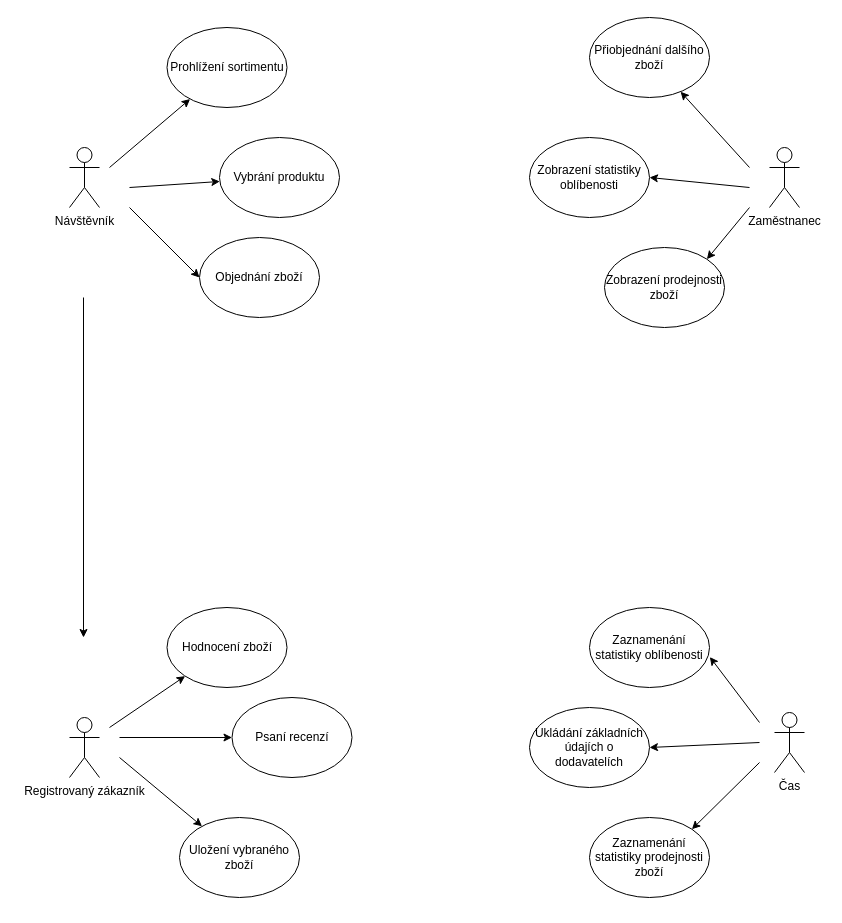
The draw.io diagram usecase.drawio in taiyo-harenohi/IUS, before the edit. Source tidied: cells renumbered, new cells numbered last; positions are measured from the earlier drawing's top-left corner, leaving out a move shared by most shapes. Both pictures are drawn from the tidied source at 100%, with x=0, y=0 at pixel (69, 17).
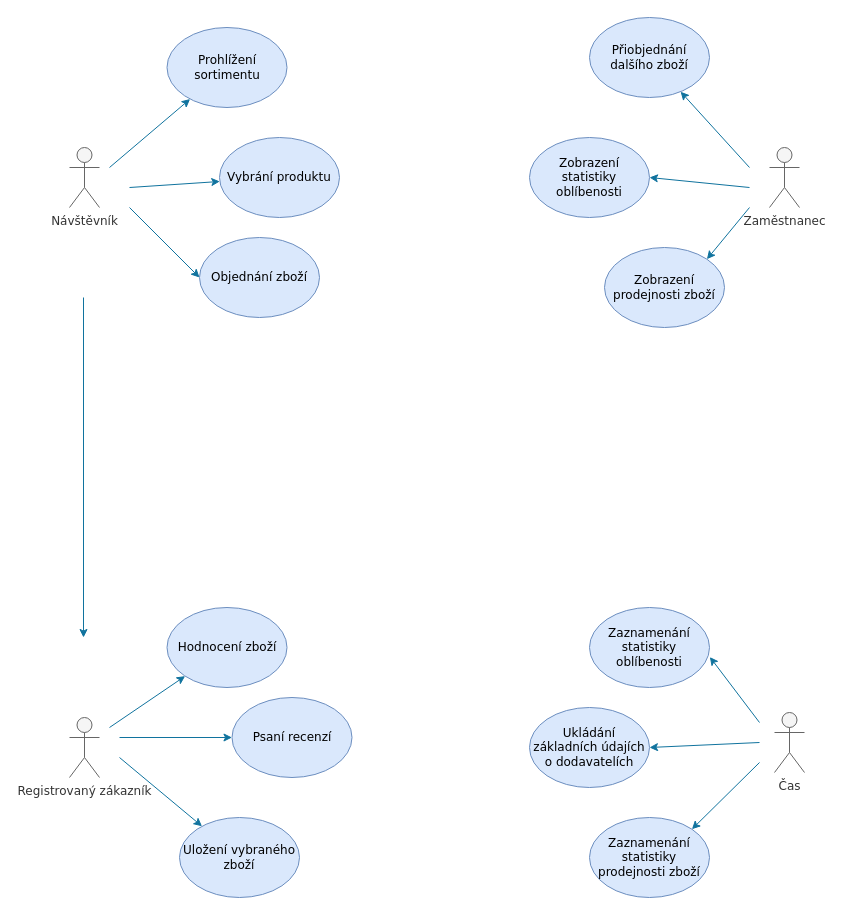
Above is the later version.

The edit, as a diff of the source:
```diff
@@
-    <mxCell id="2" value="Návštěvník" style="shape=umlActor;verticalLabelPosition=bottom;verticalAlign=top;html=1;" parent="1" vertex="1">
+    <mxCell id="2" value="Návštěvník" style="shape=umlActor;verticalLabelPosition=bottom;verticalAlign=top;html=1;fillColor=#f5f5f5;strokeColor=#666666;fontFamily=Verdana;fontStyle=0;fontColor=#333333;" parent="1" vertex="1">
       <mxGeometry y="130" width="30" height="60" as="geometry" />
     </mxCell>
-    <mxCell id="3" value="Registrovaný zákazník" style="shape=umlActor;verticalLabelPosition=bottom;verticalAlign=top;html=1;" parent="1" vertex="1">
+    <mxCell id="3" value="Registrovaný zákazník" style="shape=umlActor;verticalLabelPosition=bottom;verticalAlign=top;html=1;fillColor=#f5f5f5;strokeColor=#666666;fontFamily=Verdana;fontStyle=0;fontColor=#333333;" parent="1" vertex="1">
       <mxGeometry y="700" width="30" height="60" as="geometry" />
     </mxCell>
-    <mxCell id="4" value="Zaměstnanec" style="shape=umlActor;verticalLabelPosition=bottom;verticalAlign=top;html=1;" parent="1" vertex="1">
+    <mxCell id="4" value="Zaměstnanec" style="shape=umlActor;verticalLabelPosition=bottom;verticalAlign=top;html=1;fontFamily=Verdana;fontStyle=0;fillColor=#f5f5f5;strokeColor=#666666;fontColor=#333333;" parent="1" vertex="1">
       <mxGeometry x="700" y="130" width="30" height="60" as="geometry" />
     </mxCell>
-    <mxCell id="5" value="Prohlížení sortimentu" style="ellipse;whiteSpace=wrap;html=1;" parent="1" vertex="1">
+    <mxCell id="5" value="Prohlížení sortimentu" style="ellipse;whiteSpace=wrap;html=1;fillColor=#dae8fc;strokeColor=#6c8ebf;fontStyle=0;fontFamily=Verdana;" parent="1" vertex="1">
       <mxGeometry x="97.5" y="10" width="120" height="80" as="geometry" />
     </mxCell>
-    <mxCell id="6" value="Vybrání produktu" style="ellipse;whiteSpace=wrap;html=1;" parent="1" vertex="1">
+    <mxCell id="6" value="Vybrání produktu" style="ellipse;whiteSpace=wrap;html=1;fillColor=#dae8fc;strokeColor=#6c8ebf;fontStyle=0;fontFamily=Verdana;" parent="1" vertex="1">
       <mxGeometry x="150" y="120" width="120" height="80" as="geometry" />
     </mxCell>
-    <mxCell id="7" value="Uložení vybraného zboží" style="ellipse;whiteSpace=wrap;html=1;" parent="1" vertex="1">
+    <mxCell id="7" value="Uložení vybraného zboží" style="ellipse;whiteSpace=wrap;html=1;fillColor=#dae8fc;strokeColor=#6c8ebf;fontStyle=0;fontFamily=Verdana;" parent="1" vertex="1">
       <mxGeometry x="110" y="800" width="120" height="80" as="geometry" />
     </mxCell>
-    <mxCell id="8" value="Hodnocení zboží" style="ellipse;whiteSpace=wrap;html=1;" parent="1" vertex="1">
+    <mxCell id="8" value="Hodnocení zboží" style="ellipse;whiteSpace=wrap;html=1;fillColor=#dae8fc;strokeColor=#6c8ebf;fontStyle=0;fontFamily=Verdana;" parent="1" vertex="1">
       <mxGeometry x="97.5" y="590" width="120" height="80" as="geometry" />
     </mxCell>
-    <mxCell id="9" value="Psaní recenzí" style="ellipse;whiteSpace=wrap;html=1;" parent="1" vertex="1">
+    <mxCell id="9" value="Psaní recenzí" style="ellipse;whiteSpace=wrap;html=1;fillColor=#dae8fc;strokeColor=#6c8ebf;fontStyle=0;fontFamily=Verdana;" parent="1" vertex="1">
       <mxGeometry x="162.5" y="680" width="120" height="80" as="geometry" />
     </mxCell>
-    <mxCell id="10" value="Objednání zboží" style="ellipse;whiteSpace=wrap;html=1;" parent="1" vertex="1">
+    <mxCell id="10" value="Objednání zboží" style="ellipse;whiteSpace=wrap;html=1;fillColor=#dae8fc;strokeColor=#6c8ebf;fontStyle=0;fontFamily=Verdana;" parent="1" vertex="1">
       <mxGeometry x="130" y="220" width="120" height="80" as="geometry" />
     </mxCell>
-    <mxCell id="11" value="Přiobjednání dalšího zboží" style="ellipse;whiteSpace=wrap;html=1;" parent="1" vertex="1">
+    <mxCell id="11" value="Přiobjednání dalšího zboží" style="ellipse;whiteSpace=wrap;html=1;fillColor=#dae8fc;strokeColor=#6c8ebf;fontStyle=0;fontFamily=Verdana;" parent="1" vertex="1">
       <mxGeometry x="520" width="120" height="80" as="geometry" />
     </mxCell>
-    <mxCell id="12" value="Zobrazení statistiky oblíbenosti" style="ellipse;whiteSpace=wrap;html=1;" parent="1" vertex="1">
+    <mxCell id="12" value="Zobrazení statistiky oblíbenosti" style="ellipse;whiteSpace=wrap;html=1;fillColor=#dae8fc;strokeColor=#6c8ebf;fontStyle=0;fontFamily=Verdana;" parent="1" vertex="1">
       <mxGeometry x="460" y="120" width="120" height="80" as="geometry" />
     </mxCell>
-    <mxCell id="13" value="Zobrazení prodejnosti zboží" style="ellipse;whiteSpace=wrap;html=1;" parent="1" vertex="1">
+    <mxCell id="13" value="Zobrazení prodejnosti zboží" style="ellipse;whiteSpace=wrap;html=1;fillColor=#dae8fc;strokeColor=#6c8ebf;fontStyle=0;fontFamily=Verdana;" parent="1" vertex="1">
       <mxGeometry x="535" y="230" width="120" height="80" as="geometry" />
     </mxCell>
-    <mxCell id="14" style="edgeStyle=orthogonalEdgeStyle;rounded=0;orthogonalLoop=1;jettySize=auto;html=1;exitX=0.5;exitY=1;exitDx=0;exitDy=0;" parent="1" edge="1" source="7" target="7">
+    <mxCell id="14" style="edgeStyle=orthogonalEdgeStyle;rounded=0;orthogonalLoop=1;jettySize=auto;html=1;exitX=0.5;exitY=1;exitDx=0;exitDy=0;fontFamily=Verdana;fontStyle=0;fillColor=#f5f5f5;strokeColor=#666666;" parent="1" edge="1" source="7" target="7">
       <mxGeometry relative="1" as="geometry" />
     </mxCell>
-    <mxCell id="15" style="endArrow=classic;html=1;" parent="1" edge="1">
+    <mxCell id="15" style="endArrow=classic;html=1;fontFamily=Verdana;fontStyle=0;fillColor=#b1ddf0;strokeColor=#10739e;" parent="1" edge="1">
       <mxGeometry relative="1" as="geometry">
         <mxPoint x="14" y="280" as="sourcePoint" />
         <mxPoint x="14" y="620" as="targetPoint" />
       </mxGeometry>
     </mxCell>
-    <mxCell id="16" value="Čas" style="shape=umlActor;verticalLabelPosition=bottom;verticalAlign=top;html=1;" parent="1" vertex="1">
+    <mxCell id="16" value="Čas" style="shape=umlActor;verticalLabelPosition=bottom;verticalAlign=top;html=1;fillColor=#f5f5f5;strokeColor=#666666;fontFamily=Verdana;fontStyle=0;fontColor=#333333;" parent="1" vertex="1">
       <mxGeometry x="705" y="695" width="30" height="60" as="geometry" />
     </mxCell>
-    <mxCell id="17" value="Zaznamenání statistiky oblíbenosti" style="ellipse;whiteSpace=wrap;html=1;" parent="1" vertex="1">
+    <mxCell id="17" value="Zaznamenání statistiky oblíbenosti" style="ellipse;whiteSpace=wrap;html=1;fillColor=#dae8fc;strokeColor=#6c8ebf;fontStyle=0;fontFamily=Verdana;" parent="1" vertex="1">
       <mxGeometry x="520" y="590" width="120" height="80" as="geometry" />
     </mxCell>
-    <mxCell id="18" value="Zaznamenání statistiky prodejnosti zboží" style="ellipse;whiteSpace=wrap;html=1;" parent="1" vertex="1">
+    <mxCell id="18" value="Zaznamenání statistiky prodejnosti zboží" style="ellipse;whiteSpace=wrap;html=1;fillColor=#dae8fc;strokeColor=#6c8ebf;fontStyle=0;fontFamily=Verdana;" parent="1" vertex="1">
       <mxGeometry x="520" y="800" width="120" height="80" as="geometry" />
     </mxCell>
-    <mxCell id="19" value="Ukládání základních údajích o dodavatelích" style="ellipse;whiteSpace=wrap;html=1;" parent="1" vertex="1">
+    <mxCell id="19" value="Ukládání základních údajích o dodavatelích" style="ellipse;whiteSpace=wrap;html=1;fillColor=#dae8fc;strokeColor=#6c8ebf;fontStyle=0;fontFamily=Verdana;" parent="1" vertex="1">
       <mxGeometry x="460" y="690" width="120" height="80" as="geometry" />
     </mxCell>
-    <mxCell id="20" style="endArrow=classic;html=1;" parent="1" edge="1" target="5">
+    <mxCell id="20" style="endArrow=classic;html=1;fontFamily=Verdana;fontStyle=0;fillColor=#b1ddf0;strokeColor=#10739e;" parent="1" edge="1" target="5">
       <mxGeometry relative="1" as="geometry">
         <mxPoint x="40" y="150" as="sourcePoint" />
       </mxGeometry>
     </mxCell>
-    <mxCell id="21" style="endArrow=classic;html=1;entryX=0;entryY=0.5;entryDx=0;entryDy=0;" parent="1" edge="1" target="10">
+    <mxCell id="21" style="endArrow=classic;html=1;entryX=0;entryY=0.5;entryDx=0;entryDy=0;fontFamily=Verdana;fontStyle=0;fillColor=#b1ddf0;strokeColor=#10739e;" parent="1" edge="1" target="10">
       <mxGeometry relative="1" as="geometry">
         <mxPoint x="60" y="190" as="sourcePoint" />
       </mxGeometry>
     </mxCell>
-    <mxCell id="22" style="endArrow=classic;html=1;" parent="1" edge="1" target="6">
+    <mxCell id="22" style="endArrow=classic;html=1;fontFamily=Verdana;fontStyle=0;fillColor=#b1ddf0;strokeColor=#10739e;" parent="1" edge="1" target="6">
       <mxGeometry relative="1" as="geometry">
         <mxPoint x="60" y="170" as="sourcePoint" />
       </mxGeometry>
     </mxCell>
-    <mxCell id="23" style="endArrow=classic;html=1;" parent="1" edge="1" target="8">
+    <mxCell id="23" style="endArrow=classic;html=1;fontFamily=Verdana;fontStyle=0;fillColor=#b1ddf0;strokeColor=#10739e;" parent="1" edge="1" target="8">
       <mxGeometry relative="1" as="geometry">
         <mxPoint x="40" y="710" as="sourcePoint" />
       </mxGeometry>
     </mxCell>
-    <mxCell id="24" style="endArrow=classic;html=1;entryX=0;entryY=0.5;entryDx=0;entryDy=0;" parent="1" edge="1" target="9">
+    <mxCell id="24" style="endArrow=classic;html=1;entryX=0;entryY=0.5;entryDx=0;entryDy=0;fontFamily=Verdana;fontStyle=0;fillColor=#b1ddf0;strokeColor=#10739e;" parent="1" edge="1" target="9">
       <mxGeometry relative="1" as="geometry">
         <mxPoint x="50" y="720" as="sourcePoint" />
       </mxGeometry>
     </mxCell>
-    <mxCell id="25" style="endArrow=classic;html=1;" parent="1" edge="1" target="7">
+    <mxCell id="25" style="endArrow=classic;html=1;fontFamily=Verdana;fontStyle=0;fillColor=#b1ddf0;strokeColor=#10739e;" parent="1" edge="1" target="7">
       <mxGeometry relative="1" as="geometry">
         <mxPoint x="50" y="740" as="sourcePoint" />
       </mxGeometry>
     </mxCell>
-    <mxCell id="26" style="endArrow=classic;html=1;" parent="1" edge="1" target="11">
+    <mxCell id="26" style="endArrow=classic;html=1;fontFamily=Verdana;fontStyle=0;fillColor=#b1ddf0;strokeColor=#10739e;" parent="1" edge="1" target="11">
       <mxGeometry relative="1" as="geometry">
         <mxPoint x="680" y="150" as="sourcePoint" />
       </mxGeometry>
     </mxCell>
-    <mxCell id="27" style="endArrow=classic;html=1;entryX=1;entryY=0.5;entryDx=0;entryDy=0;" parent="1" edge="1" target="12">
+    <mxCell id="27" style="endArrow=classic;html=1;entryX=1;entryY=0.5;entryDx=0;entryDy=0;fontFamily=Verdana;fontStyle=0;fillColor=#b1ddf0;strokeColor=#10739e;" parent="1" edge="1" target="12">
       <mxGeometry relative="1" as="geometry">
         <mxPoint x="680" y="170" as="sourcePoint" />
       </mxGeometry>
     </mxCell>
-    <mxCell id="28" style="endArrow=classic;html=1;entryX=1;entryY=0;entryDx=0;entryDy=0;" parent="1" edge="1" target="13">
+    <mxCell id="28" style="endArrow=classic;html=1;entryX=1;entryY=0;entryDx=0;entryDy=0;fontFamily=Verdana;fontStyle=0;fillColor=#b1ddf0;strokeColor=#10739e;" parent="1" edge="1" target="13">
       <mxGeometry relative="1" as="geometry">
         <mxPoint x="680" y="190" as="sourcePoint" />
       </mxGeometry>
     </mxCell>
-    <mxCell id="29" style="endArrow=classic;html=1;entryX=1.003;entryY=0.619;entryDx=0;entryDy=0;entryPerimeter=0;" parent="1" edge="1" target="17">
+    <mxCell id="29" style="endArrow=classic;html=1;entryX=1.003;entryY=0.619;entryDx=0;entryDy=0;entryPerimeter=0;fontFamily=Verdana;fontStyle=0;fillColor=#b1ddf0;strokeColor=#10739e;" parent="1" edge="1" target="17">
       <mxGeometry relative="1" as="geometry">
         <mxPoint x="690" y="705" as="sourcePoint" />
       </mxGeometry>
     </mxCell>
-    <mxCell id="30" style="endArrow=classic;html=1;entryX=1;entryY=0.5;entryDx=0;entryDy=0;" parent="1" edge="1" target="19">
+    <mxCell id="30" style="endArrow=classic;html=1;entryX=1;entryY=0.5;entryDx=0;entryDy=0;fontFamily=Verdana;fontStyle=0;fillColor=#b1ddf0;strokeColor=#10739e;" parent="1" edge="1" target="19">
       <mxGeometry relative="1" as="geometry">
         <mxPoint x="690" y="725" as="sourcePoint" />
       </mxGeometry>
     </mxCell>
-    <mxCell id="31" style="endArrow=classic;html=1;entryX=1;entryY=0;entryDx=0;entryDy=0;" parent="1" edge="1" target="18">
+    <mxCell id="31" style="endArrow=classic;html=1;entryX=1;entryY=0;entryDx=0;entryDy=0;fontFamily=Verdana;fontStyle=0;fillColor=#b1ddf0;strokeColor=#10739e;" parent="1" edge="1" target="18">
       <mxGeometry relative="1" as="geometry">
         <mxPoint x="690" y="745" as="sourcePoint" />
       </mxGeometry>
     </mxCell>
```
